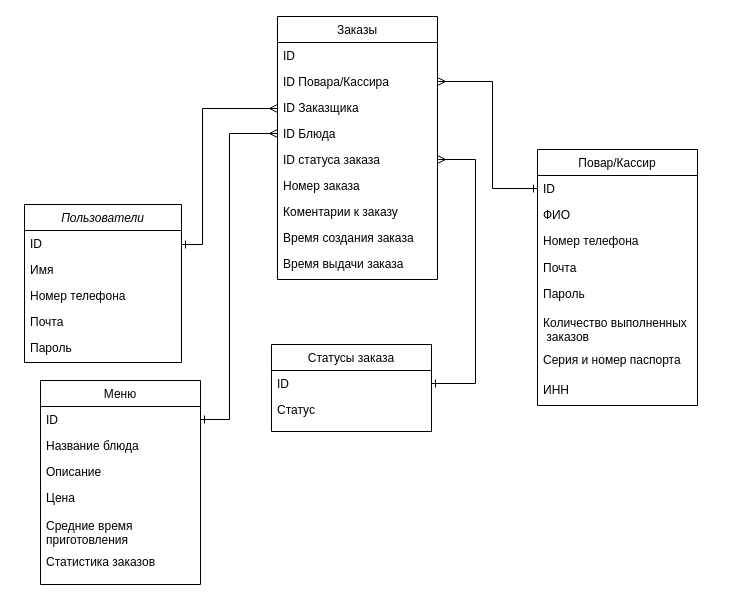
Before: docs/BD_dining_room.drawio in Danyfff/dining_room, a draw.io diagram. Source tidied: cells renumbered, new cells numbered last; positions are measured from the earlier drawing's top-left corner, leaving out a move shared by most shapes. Both pictures are drawn from the tidied source at 100%, with x=0, y=0 at pixel (24, 16).
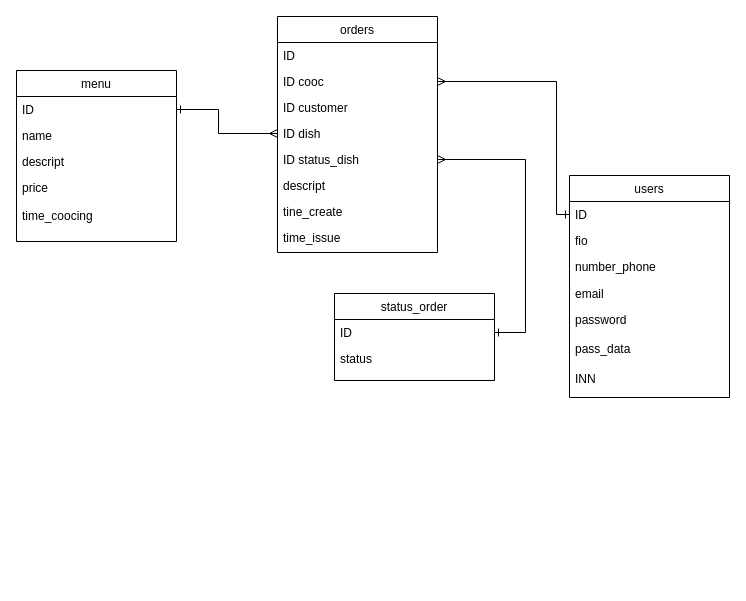
The same diagram, later.

The change refers to these unchanged cells:
```xml
<mxCell id="9" value="ID" style="text;align=left;verticalAlign=top;spacingLeft=4;spacingRight=4;overflow=hidden;points=[[0,0.5],[1,0.5]];portConstraint=eastwest;" parent="8" vertex="1">
  <mxGeometry y="26" width="160" height="26" as="geometry" />
</mxCell>
<mxCell id="18" value="ID&#10;" style="text;align=left;verticalAlign=top;spacingLeft=4;spacingRight=4;overflow=hidden;points=[[0,0.5],[1,0.5]];portConstraint=eastwest;" parent="17" vertex="1">
  <mxGeometry y="26" width="160" height="26" as="geometry" />
</mxCell>
<mxCell id="38" value="ID&#10;" style="text;align=left;verticalAlign=top;spacingLeft=4;spacingRight=4;overflow=hidden;points=[[0,0.5],[1,0.5]];portConstraint=eastwest;" parent="37" vertex="1">
  <mxGeometry y="26" width="160" height="26" as="geometry" />
</mxCell>
```

Change to the diagram source:
```diff
@@
-    <mxCell id="2" value="Пользователи" style="swimlane;fontStyle=2;align=center;verticalAlign=top;horizontal=1;startSize=26;rounded=0;shadow=0;strokeWidth=1;" parent="1" vertex="1">
-      <mxGeometry y="188" width="157" height="158" as="geometry" />
-    </mxCell>
-    <mxCell id="3" value="ID" style="text;align=left;verticalAlign=top;spacingLeft=4;spacingRight=4;overflow=hidden;rounded=0;shadow=0;html=0;" parent="2" vertex="1">
-      <mxGeometry y="26" width="157" height="26" as="geometry" />
-    </mxCell>
-    <mxCell id="4" value="Имя" style="text;align=left;verticalAlign=top;spacingLeft=4;spacingRight=4;overflow=hidden;" parent="2" vertex="1">
-      <mxGeometry y="52" width="157" height="26" as="geometry" />
-    </mxCell>
-    <mxCell id="5" value="Номер телефона" style="text;align=left;verticalAlign=top;spacingLeft=4;spacingRight=4;overflow=hidden;rounded=0;shadow=0;html=0;" parent="2" vertex="1">
-      <mxGeometry y="78" width="157" height="26" as="geometry" />
-    </mxCell>
-    <mxCell id="6" value="Почта" style="text;align=left;verticalAlign=top;spacingLeft=4;spacingRight=4;overflow=hidden;rounded=0;shadow=0;html=0;" parent="2" vertex="1">
-      <mxGeometry y="104" width="157" height="26" as="geometry" />
-    </mxCell>
-    <mxCell id="7" value="Пароль" style="text;align=left;verticalAlign=top;spacingLeft=4;spacingRight=4;overflow=hidden;rounded=0;shadow=0;html=0;" parent="2" vertex="1">
-      <mxGeometry y="130" width="157" height="26" as="geometry" />
-    </mxCell>
-    <mxCell id="8" value="Повар/Кассир" style="swimlane;fontStyle=0;align=center;verticalAlign=top;horizontal=1;startSize=26;rounded=0;shadow=0;strokeWidth=1;" parent="1" vertex="1">
-      <mxGeometry x="513" y="133" width="160" height="256" as="geometry" />
+    <mxCell id="8" value="users" style="swimlane;fontStyle=0;align=center;verticalAlign=top;horizontal=1;startSize=26;rounded=0;shadow=0;strokeWidth=1;" parent="1" vertex="1">
+      <mxGeometry x="545" y="159" width="160" height="222" as="geometry" />
     </mxCell>
@@
-    <mxCell id="10" value="ФИО" style="text;align=left;verticalAlign=top;spacingLeft=4;spacingRight=4;overflow=hidden;rounded=0;shadow=0;html=0;" parent="8" vertex="1">
+    <mxCell id="10" value="fio" style="text;align=left;verticalAlign=top;spacingLeft=4;spacingRight=4;overflow=hidden;rounded=0;shadow=0;html=0;" parent="8" vertex="1">
       <mxGeometry y="52" width="160" height="26" as="geometry" />
     </mxCell>
-    <mxCell id="11" value="Номер телефона" style="text;align=left;verticalAlign=top;spacingLeft=4;spacingRight=4;overflow=hidden;" parent="8" vertex="1">
+    <mxCell id="11" value="number_phone" style="text;align=left;verticalAlign=top;spacingLeft=4;spacingRight=4;overflow=hidden;" parent="8" vertex="1">
       <mxGeometry y="78" width="160" height="27" as="geometry" />
     </mxCell>
-    <mxCell id="12" value="Почта" style="text;align=left;verticalAlign=top;spacingLeft=4;spacingRight=4;overflow=hidden;" parent="8" vertex="1">
+    <mxCell id="12" value="email" style="text;align=left;verticalAlign=top;spacingLeft=4;spacingRight=4;overflow=hidden;" parent="8" vertex="1">
       <mxGeometry y="105" width="160" height="26" as="geometry" />
     </mxCell>
-    <mxCell id="13" value="Пароль" style="text;align=left;verticalAlign=top;spacingLeft=4;spacingRight=4;overflow=hidden;" parent="8" vertex="1">
+    <mxCell id="13" value="password" style="text;align=left;verticalAlign=top;spacingLeft=4;spacingRight=4;overflow=hidden;" parent="8" vertex="1">
       <mxGeometry y="131" width="160" height="29" as="geometry" />
     </mxCell>
-    <mxCell id="14" value="Количество выполненных&#10; заказов" style="text;align=left;verticalAlign=top;spacingLeft=4;spacingRight=4;overflow=hidden;" parent="8" vertex="1">
-      <mxGeometry y="160" width="160" height="37" as="geometry" />
-    </mxCell>
-    <mxCell id="15" value="Серия и номер паспорта" style="text;align=left;verticalAlign=top;spacingLeft=4;spacingRight=4;overflow=hidden;" parent="8" vertex="1">
-      <mxGeometry y="197" width="160" height="30" as="geometry" />
+    <mxCell id="15" value="pass_data" style="text;align=left;verticalAlign=top;spacingLeft=4;spacingRight=4;overflow=hidden;" parent="8" vertex="1">
+      <mxGeometry y="160" width="160" height="30" as="geometry" />
     </mxCell>
-    <mxCell id="16" value="ИНН" style="text;align=left;verticalAlign=top;spacingLeft=4;spacingRight=4;overflow=hidden;" parent="8" vertex="1">
-      <mxGeometry y="227" width="160" height="29" as="geometry" />
+    <mxCell id="16" value="INN" style="text;align=left;verticalAlign=top;spacingLeft=4;spacingRight=4;overflow=hidden;" parent="8" vertex="1">
+      <mxGeometry y="190" width="160" height="29" as="geometry" />
     </mxCell>
-    <mxCell id="17" value="Меню" style="swimlane;fontStyle=0;align=center;verticalAlign=top;horizontal=1;startSize=26;rounded=0;shadow=0;strokeWidth=1;" parent="1" vertex="1">
-      <mxGeometry x="16" y="364" width="160" height="204" as="geometry" />
+    <mxCell id="17" value="menu" style="swimlane;fontStyle=0;align=center;verticalAlign=top;horizontal=1;startSize=26;rounded=0;shadow=0;strokeWidth=1;" parent="1" vertex="1">
+      <mxGeometry x="-8" y="54" width="160" height="171" as="geometry" />
     </mxCell>
@@
-    <mxCell id="19" value="Название блюда" style="text;align=left;verticalAlign=top;spacingLeft=4;spacingRight=4;overflow=hidden;" parent="17" vertex="1">
+    <mxCell id="19" value="name" style="text;align=left;verticalAlign=top;spacingLeft=4;spacingRight=4;overflow=hidden;" parent="17" vertex="1">
       <mxGeometry y="52" width="160" height="26" as="geometry" />
     </mxCell>
-    <mxCell id="20" value="Описание" style="text;align=left;verticalAlign=top;spacingLeft=4;spacingRight=4;overflow=hidden;" parent="17" vertex="1">
+    <mxCell id="20" value="descript" style="text;align=left;verticalAlign=top;spacingLeft=4;spacingRight=4;overflow=hidden;" parent="17" vertex="1">
       <mxGeometry y="78" width="160" height="26" as="geometry" />
     </mxCell>
-    <mxCell id="21" value="Цена" style="text;align=left;verticalAlign=top;spacingLeft=4;spacingRight=4;overflow=hidden;" parent="17" vertex="1">
+    <mxCell id="21" value="price" style="text;align=left;verticalAlign=top;spacingLeft=4;spacingRight=4;overflow=hidden;" parent="17" vertex="1">
       <mxGeometry y="104" width="160" height="28" as="geometry" />
     </mxCell>
-    <mxCell id="22" value="Средние время&#10;приготовления" style="text;align=left;verticalAlign=top;spacingLeft=4;spacingRight=4;overflow=hidden;" parent="17" vertex="1">
+    <mxCell id="22" value="time_coocing" style="text;align=left;verticalAlign=top;spacingLeft=4;spacingRight=4;overflow=hidden;" parent="17" vertex="1">
       <mxGeometry y="132" width="160" height="36" as="geometry" />
     </mxCell>
-    <mxCell id="23" value="Статистика заказов" style="text;align=left;verticalAlign=top;spacingLeft=4;spacingRight=4;overflow=hidden;" parent="17" vertex="1">
-      <mxGeometry y="168" width="160" height="36" as="geometry" />
-    </mxCell>
-    <mxCell id="24" value="Заказы" style="swimlane;fontStyle=0;align=center;verticalAlign=top;horizontal=1;startSize=26;rounded=0;shadow=0;strokeWidth=1;" parent="1" vertex="1">
-      <mxGeometry x="253" width="160" height="263" as="geometry" />
+    <mxCell id="24" value="orders" style="swimlane;fontStyle=0;align=center;verticalAlign=top;horizontal=1;startSize=26;rounded=0;shadow=0;strokeWidth=1;" parent="1" vertex="1">
+      <mxGeometry x="253" width="160" height="236" as="geometry" />
     </mxCell>
@@
-    <mxCell id="26" value="ID Повара/Кассира" style="text;align=left;verticalAlign=top;spacingLeft=4;spacingRight=4;overflow=hidden;points=[[0,0.5],[1,0.5]];portConstraint=eastwest;rounded=0;shadow=0;html=0;" parent="24" vertex="1">
+    <mxCell id="26" value="ID cooc" style="text;align=left;verticalAlign=top;spacingLeft=4;spacingRight=4;overflow=hidden;points=[[0,0.5],[1,0.5]];portConstraint=eastwest;rounded=0;shadow=0;html=0;" parent="24" vertex="1">
       <mxGeometry y="52" width="160" height="26" as="geometry" />
     </mxCell>
-    <mxCell id="27" value="ID Заказщика" style="text;align=left;verticalAlign=top;spacingLeft=4;spacingRight=4;overflow=hidden;rounded=0;shadow=0;html=0;" parent="24" vertex="1">
+    <mxCell id="27" value="ID customer" style="text;align=left;verticalAlign=top;spacingLeft=4;spacingRight=4;overflow=hidden;rounded=0;shadow=0;html=0;" parent="24" vertex="1">
       <mxGeometry y="78" width="160" height="26" as="geometry" />
     </mxCell>
-    <mxCell id="28" value="ID Блюда" style="text;align=left;verticalAlign=top;spacingLeft=4;spacingRight=4;overflow=hidden;points=[[0,0.5],[1,0.5]];portConstraint=eastwest;rounded=0;shadow=0;html=0;" parent="24" vertex="1">
+    <mxCell id="28" value="ID dish" style="text;align=left;verticalAlign=top;spacingLeft=4;spacingRight=4;overflow=hidden;points=[[0,0.5],[1,0.5]];portConstraint=eastwest;rounded=0;shadow=0;html=0;" parent="24" vertex="1">
       <mxGeometry y="104" width="160" height="26" as="geometry" />
     </mxCell>
-    <mxCell id="29" value="ID статуса заказа" style="text;align=left;verticalAlign=top;spacingLeft=4;spacingRight=4;overflow=hidden;points=[[0,0.5],[1,0.5]];portConstraint=eastwest;" parent="24" vertex="1">
+    <mxCell id="29" value="ID status_dish" style="text;align=left;verticalAlign=top;spacingLeft=4;spacingRight=4;overflow=hidden;points=[[0,0.5],[1,0.5]];portConstraint=eastwest;" parent="24" vertex="1">
       <mxGeometry y="130" width="160" height="26" as="geometry" />
     </mxCell>
-    <mxCell id="30" value="Номер заказа" style="text;align=left;verticalAlign=top;spacingLeft=4;spacingRight=4;overflow=hidden;" parent="24" vertex="1">
-      <mxGeometry y="156" width="160" height="26" as="geometry" />
-    </mxCell>
-    <mxCell id="31" value="Коментарии к заказу" style="text;align=left;verticalAlign=top;spacingLeft=4;spacingRight=4;overflow=hidden;rounded=0;shadow=0;html=0;" parent="24" vertex="1">
-      <mxGeometry y="182" width="160" height="26" as="geometry" />
+    <mxCell id="31" value="descript" style="text;align=left;verticalAlign=top;spacingLeft=4;spacingRight=4;overflow=hidden;rounded=0;shadow=0;html=0;" parent="24" vertex="1">
+      <mxGeometry y="156" width="160" height="26" as="geometry" />
     </mxCell>
-    <mxCell id="32" value="Время создания заказа&#10;" style="text;align=left;verticalAlign=top;spacingLeft=4;spacingRight=4;overflow=hidden;" parent="24" vertex="1">
-      <mxGeometry y="208" width="160" height="26" as="geometry" />
+    <mxCell id="32" value="tine_create" style="text;align=left;verticalAlign=top;spacingLeft=4;spacingRight=4;overflow=hidden;" parent="24" vertex="1">
+      <mxGeometry y="182" width="160" height="26" as="geometry" />
     </mxCell>
-    <mxCell id="33" value="Время выдачи заказа" style="text;align=left;verticalAlign=top;spacingLeft=4;spacingRight=4;overflow=hidden;" parent="24" vertex="1">
-      <mxGeometry y="234" width="160" height="26" as="geometry" />
+    <mxCell id="33" value="time_issue" style="text;align=left;verticalAlign=top;spacingLeft=4;spacingRight=4;overflow=hidden;" parent="24" vertex="1">
+      <mxGeometry y="208" width="160" height="26" as="geometry" />
     </mxCell>
     <mxCell id="34" style="html=1;verticalAlign=bottom;labelBackgroundColor=none;endArrow=ERmany;endFill=0;rounded=0;exitX=1;exitY=0.5;exitDx=0;exitDy=0;edgeStyle=elbowEdgeStyle;entryX=0;entryY=0.5;entryDx=0;entryDy=0;startArrow=ERone;startFill=0;" parent="1" edge="1" source="18" target="28">
       <mxGeometry relative="1" as="geometry">
         <Array as="points">
-          <mxPoint x="205" y="263" />
+          <mxPoint x="194" y="113" />
         </Array>
       </mxGeometry>
     </mxCell>
-    <mxCell id="35" style="html=1;verticalAlign=bottom;labelBackgroundColor=none;endArrow=ERmany;endFill=0;rounded=0;exitX=1;exitY=0.5;exitDx=0;exitDy=0;edgeStyle=elbowEdgeStyle;entryX=0;entryY=0.5;entryDx=0;entryDy=0;startArrow=ERone;startFill=0;" parent="1" edge="1">
-      <mxGeometry relative="1" as="geometry">
-        <mxPoint x="157" y="228" as="sourcePoint" />
-        <mxPoint x="253" y="92" as="targetPoint" />
-        <Array as="points">
-          <mxPoint x="178" y="273" />
-        </Array>
-      </mxGeometry>
-    </mxCell>
     <mxCell id="36" style="html=1;verticalAlign=bottom;labelBackgroundColor=none;endArrow=ERmany;endFill=0;rounded=0;exitX=0;exitY=0.5;exitDx=0;exitDy=0;edgeStyle=elbowEdgeStyle;entryX=1;entryY=0.5;entryDx=0;entryDy=0;startArrow=ERone;startFill=0;" parent="1" edge="1" source="9" target="26">
       <mxGeometry relative="1" as="geometry">
         <Array as="points">
-          <mxPoint x="468" y="177" />
+          <mxPoint x="532" y="134" />
         </Array>
       </mxGeometry>
     </mxCell>
-    <mxCell id="37" value="Статусы заказа" style="swimlane;fontStyle=0;align=center;verticalAlign=top;horizontal=1;startSize=26;rounded=0;shadow=0;strokeWidth=1;" parent="1" vertex="1">
-      <mxGeometry x="247" y="328" width="160" height="87" as="geometry" />
+    <mxCell id="37" value="status_order" style="swimlane;fontStyle=0;align=center;verticalAlign=top;horizontal=1;startSize=26;rounded=0;shadow=0;strokeWidth=1;" parent="1" vertex="1">
+      <mxGeometry x="310" y="277" width="160" height="87" as="geometry" />
     </mxCell>
@@
-    <mxCell id="39" value="Статус" style="text;align=left;verticalAlign=top;spacingLeft=4;spacingRight=4;overflow=hidden;" parent="37" vertex="1">
+    <mxCell id="39" value="status" style="text;align=left;verticalAlign=top;spacingLeft=4;spacingRight=4;overflow=hidden;" parent="37" vertex="1">
       <mxGeometry y="52" width="160" height="26" as="geometry" />
     </mxCell>
     <mxCell id="40" style="html=1;verticalAlign=bottom;labelBackgroundColor=none;endArrow=ERmany;endFill=0;rounded=0;exitX=1;exitY=0.5;exitDx=0;exitDy=0;edgeStyle=elbowEdgeStyle;startArrow=ERone;startFill=0;entryX=1;entryY=0.5;entryDx=0;entryDy=0;" parent="1" edge="1" source="38" target="29">
       <mxGeometry relative="1" as="geometry">
         <Array as="points">
-          <mxPoint x="451" y="256" />
+          <mxPoint x="501" y="231" />
         </Array>
       </mxGeometry>
     </mxCell>
```
